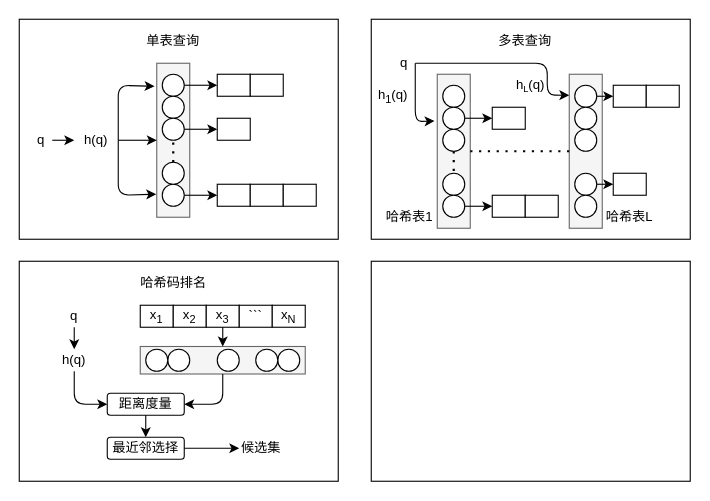
The draw.io diagram reserch.drawio in x-junkang/images, before the edit. Source tidied: cells renumbered, new cells numbered last; positions are measured from the earlier drawing's top-left corner, leaving out a move shared by most shapes. Both pictures are drawn from the tidied source at 110%, with x=0, y=0 at pixel (19, 19).
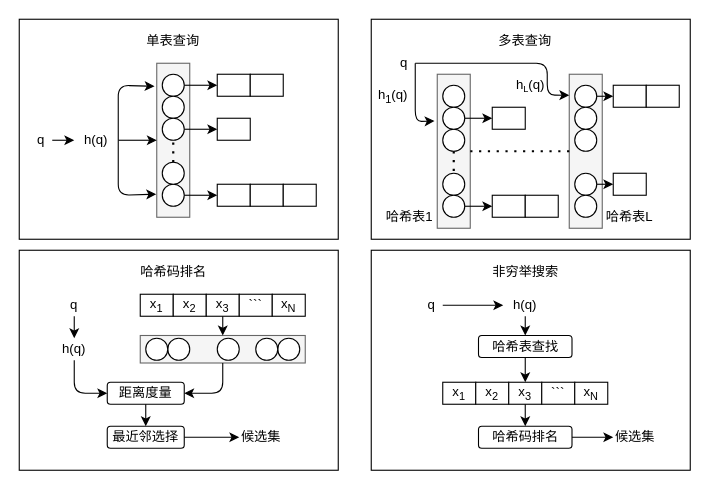
After the change.

Change to the diagram source:
````diff
@@
     <mxCell id="4" style="rounded=0;whiteSpace=wrap;html=1;" parent="1" vertex="1">
-      <mxGeometry y="220" width="290" height="200" as="geometry" />
+      <mxGeometry y="210" width="290" height="200" as="geometry" />
     </mxCell>
     <mxCell id="5" style="rounded=0;whiteSpace=wrap;html=1;" parent="1" vertex="1">
-      <mxGeometry x="320" y="220" width="290" height="200" as="geometry" />
+      <mxGeometry x="320" y="210" width="290" height="200" as="geometry" />
     </mxCell>
@@
     <mxCell id="30" value="哈希码排名" style="text;html=1;strokeColor=none;fillColor=none;align=center;verticalAlign=middle;whiteSpace=wrap;rounded=0;" parent="1" vertex="1">
-      <mxGeometry x="107.5" y="230" width="65" height="20" as="geometry" />
+      <mxGeometry x="107.5" y="220" width="65" height="20" as="geometry" />
     </mxCell>
@@
     <mxCell id="62" value="q" style="text;html=1;strokeColor=none;fillColor=none;align=center;verticalAlign=middle;whiteSpace=wrap;rounded=0;" parent="1" vertex="1">
-      <mxGeometry x="30" y="260" width="40" height="20" as="geometry" />
+      <mxGeometry x="30" y="250" width="40" height="20" as="geometry" />
     </mxCell>
     <mxCell id="63" value="h(q)" style="text;html=1;strokeColor=none;fillColor=none;align=center;verticalAlign=middle;whiteSpace=wrap;rounded=0;" parent="1" vertex="1">
-      <mxGeometry x="30" y="300" width="40" height="20" as="geometry" />
+      <mxGeometry x="30" y="290" width="40" height="20" as="geometry" />
     </mxCell>
@@
     <mxCell id="65" value="距离度量" style="rounded=1;whiteSpace=wrap;html=1;" parent="1" vertex="1">
-      <mxGeometry x="80" y="340" width="70" height="20" as="geometry" />
+      <mxGeometry x="80" y="330" width="70" height="20" as="geometry" />
     </mxCell>
     <mxCell id="66" style="endArrow=classic;html=1;exitX=0.5;exitY=1;exitDx=0;exitDy=0;entryX=0;entryY=0.5;entryDx=0;entryDy=0;" parent="1" edge="1" source="63" target="65">
       <mxGeometry relative="1" as="geometry">
         <Array as="points">
-          <mxPoint x="50" y="350" />
+          <mxPoint x="50" y="340" />
         </Array>
       </mxGeometry>
     </mxCell>
     <mxCell id="67" value="x&lt;sub&gt;1&lt;/sub&gt;" style="rounded=0;whiteSpace=wrap;html=1;" parent="1" vertex="1">
-      <mxGeometry x="110" y="260" width="30" height="20" as="geometry" />
+      <mxGeometry x="110" y="250" width="30" height="20" as="geometry" />
     </mxCell>
     <mxCell id="68" value="x&lt;sub&gt;2&lt;/sub&gt;" style="rounded=0;whiteSpace=wrap;html=1;" parent="1" vertex="1">
-      <mxGeometry x="140" y="260" width="30" height="20" as="geometry" />
+      <mxGeometry x="140" y="250" width="30" height="20" as="geometry" />
     </mxCell>
     <mxCell id="69" value="x&lt;sub&gt;3&lt;/sub&gt;" style="rounded=0;whiteSpace=wrap;html=1;" parent="1" vertex="1">
-      <mxGeometry x="170" y="260" width="30" height="20" as="geometry" />
+      <mxGeometry x="170" y="250" width="30" height="20" as="geometry" />
     </mxCell>
     <mxCell id="70" value="```" style="rounded=0;whiteSpace=wrap;html=1;" parent="1" vertex="1">
-      <mxGeometry x="200" y="260" width="30" height="20" as="geometry" />
+      <mxGeometry x="200" y="250" width="30" height="20" as="geometry" />
     </mxCell>
     <mxCell id="71" value="x&lt;sub&gt;N&lt;/sub&gt;" style="rounded=0;whiteSpace=wrap;html=1;" parent="1" vertex="1">
-      <mxGeometry x="230" y="260" width="30" height="20" as="geometry" />
+      <mxGeometry x="230" y="250" width="30" height="20" as="geometry" />
     </mxCell>
     <mxCell id="72" style="rounded=0;whiteSpace=wrap;html=1;fillColor=#f5f5f5;strokeColor=#666666;fontColor=#333333;" parent="1" vertex="1">
-      <mxGeometry x="110" y="297.5" width="150" height="25" as="geometry" />
+      <mxGeometry x="110" y="287.5" width="150" height="25" as="geometry" />
     </mxCell>
     <mxCell id="73" style="ellipse;whiteSpace=wrap;html=1;" parent="1" vertex="1">
-      <mxGeometry x="135" y="300" width="20" height="20" as="geometry" />
+      <mxGeometry x="135" y="290" width="20" height="20" as="geometry" />
     </mxCell>
     <mxCell id="74" style="ellipse;whiteSpace=wrap;html=1;" parent="1" vertex="1">
-      <mxGeometry x="235" y="300" width="20" height="20" as="geometry" />
+      <mxGeometry x="235" y="290" width="20" height="20" as="geometry" />
     </mxCell>
     <mxCell id="75" style="ellipse;whiteSpace=wrap;html=1;" parent="1" vertex="1">
-      <mxGeometry x="215" y="300" width="20" height="20" as="geometry" />
+      <mxGeometry x="215" y="290" width="20" height="20" as="geometry" />
     </mxCell>
     <mxCell id="76" style="ellipse;whiteSpace=wrap;html=1;" parent="1" vertex="1">
-      <mxGeometry x="115" y="300" width="20" height="20" as="geometry" />
+      <mxGeometry x="115" y="290" width="20" height="20" as="geometry" />
     </mxCell>
     <mxCell id="77" style="ellipse;whiteSpace=wrap;html=1;" parent="1" vertex="1">
-      <mxGeometry x="180" y="300" width="20" height="20" as="geometry" />
+      <mxGeometry x="180" y="290" width="20" height="20" as="geometry" />
     </mxCell>
@@
     <mxCell id="79" style="endArrow=classic;html=1;exitX=0.5;exitY=1;exitDx=0;exitDy=0;entryX=1;entryY=0.5;entryDx=0;entryDy=0;" parent="1" edge="1" source="72" target="65">
       <mxGeometry relative="1" as="geometry">
         <Array as="points">
-          <mxPoint x="185" y="350" />
+          <mxPoint x="185" y="340" />
         </Array>
       </mxGeometry>
     </mxCell>
     <mxCell id="80" value="最近邻选择" style="rounded=1;whiteSpace=wrap;html=1;" parent="1" vertex="1">
-      <mxGeometry x="80" y="380" width="70" height="20" as="geometry" />
+      <mxGeometry x="80" y="370" width="70" height="20" as="geometry" />
     </mxCell>
@@
     <mxCell id="82" value="候选集" style="text;html=1;strokeColor=none;fillColor=none;align=center;verticalAlign=middle;whiteSpace=wrap;rounded=0;" parent="1" vertex="1">
-      <mxGeometry x="200" y="380" width="40" height="20" as="geometry" />
+      <mxGeometry x="200" y="370" width="40" height="20" as="geometry" />
     </mxCell>
@@
+    <mxCell id="84" value="非穷举搜索" style="text;html=1;strokeColor=none;fillColor=none;align=center;verticalAlign=middle;whiteSpace=wrap;rounded=0;" parent="1" vertex="1">
+      <mxGeometry x="422.5" y="220" width="75" height="20" as="geometry" />
+    </mxCell>
+    <mxCell id="85" value="q" style="text;html=1;strokeColor=none;fillColor=none;align=center;verticalAlign=middle;whiteSpace=wrap;rounded=0;" parent="1" vertex="1">
+      <mxGeometry x="365" y="250" width="20" height="20" as="geometry" />
+    </mxCell>
+    <mxCell id="86" value="h(q)" style="text;html=1;strokeColor=none;fillColor=none;align=center;verticalAlign=middle;whiteSpace=wrap;rounded=0;" parent="1" vertex="1">
+      <mxGeometry x="440" y="250" width="40" height="20" as="geometry" />
+    </mxCell>
+    <mxCell id="87" style="endArrow=classic;html=1;exitX=1;exitY=0.5;exitDx=0;exitDy=0;entryX=0;entryY=0.5;entryDx=0;entryDy=0;" parent="1" edge="1" source="85" target="86">
+      <mxGeometry relative="1" as="geometry" />
+    </mxCell>
+    <mxCell id="88" value="哈希表查找" style="rounded=1;whiteSpace=wrap;html=1;" parent="1" vertex="1">
+      <mxGeometry x="417.5" y="287.5" width="85" height="20" as="geometry" />
+    </mxCell>
+    <mxCell id="89" value="哈希码排名" style="rounded=1;whiteSpace=wrap;html=1;" parent="1" vertex="1">
+      <mxGeometry x="417.5" y="370" width="85" height="20" as="geometry" />
+    </mxCell>
+    <mxCell id="90" value="x&lt;sub&gt;1&lt;/sub&gt;" style="rounded=0;whiteSpace=wrap;html=1;" parent="1" vertex="1">
+      <mxGeometry x="385" y="330" width="30" height="20" as="geometry" />
+    </mxCell>
+    <mxCell id="91" value="x&lt;sub&gt;2&lt;/sub&gt;" style="rounded=0;whiteSpace=wrap;html=1;" parent="1" vertex="1">
+      <mxGeometry x="415" y="330" width="30" height="20" as="geometry" />
+    </mxCell>
+    <mxCell id="92" value="x&lt;sub&gt;3&lt;/sub&gt;" style="rounded=0;whiteSpace=wrap;html=1;" parent="1" vertex="1">
+      <mxGeometry x="445" y="330" width="30" height="20" as="geometry" />
+    </mxCell>
+    <mxCell id="93" value="```" style="rounded=0;whiteSpace=wrap;html=1;" parent="1" vertex="1">
+      <mxGeometry x="475" y="330" width="30" height="20" as="geometry" />
+    </mxCell>
+    <mxCell id="94" value="x&lt;sub&gt;N&lt;/sub&gt;" style="rounded=0;whiteSpace=wrap;html=1;" parent="1" vertex="1">
+      <mxGeometry x="505" y="330" width="30" height="20" as="geometry" />
+    </mxCell>
+    <mxCell id="95" style="endArrow=classic;html=1;exitX=0.5;exitY=1;exitDx=0;exitDy=0;entryX=0.5;entryY=0;entryDx=0;entryDy=0;" parent="1" edge="1" source="86" target="88">
+      <mxGeometry relative="1" as="geometry" />
+    </mxCell>
+    <mxCell id="96" style="endArrow=classic;html=1;exitX=0.5;exitY=1;exitDx=0;exitDy=0;entryX=0.5;entryY=0;entryDx=0;entryDy=0;" parent="1" edge="1" source="88" target="92">
+      <mxGeometry relative="1" as="geometry" />
+    </mxCell>
+    <mxCell id="97" style="endArrow=classic;html=1;exitX=0.5;exitY=1;exitDx=0;exitDy=0;entryX=0.5;entryY=0;entryDx=0;entryDy=0;" parent="1" edge="1" source="92" target="89">
+      <mxGeometry relative="1" as="geometry" />
+    </mxCell>
+    <mxCell id="98" value="候选集" style="text;html=1;strokeColor=none;fillColor=none;align=center;verticalAlign=middle;whiteSpace=wrap;rounded=0;" parent="1" vertex="1">
+      <mxGeometry x="540" y="370" width="40" height="20" as="geometry" />
+    </mxCell>
+    <mxCell id="99" style="endArrow=classic;html=1;exitX=1;exitY=0.5;exitDx=0;exitDy=0;entryX=0;entryY=0.5;entryDx=0;entryDy=0;" parent="1" edge="1" source="89" target="98">
+      <mxGeometry relative="1" as="geometry" />
+    </mxCell>
````
